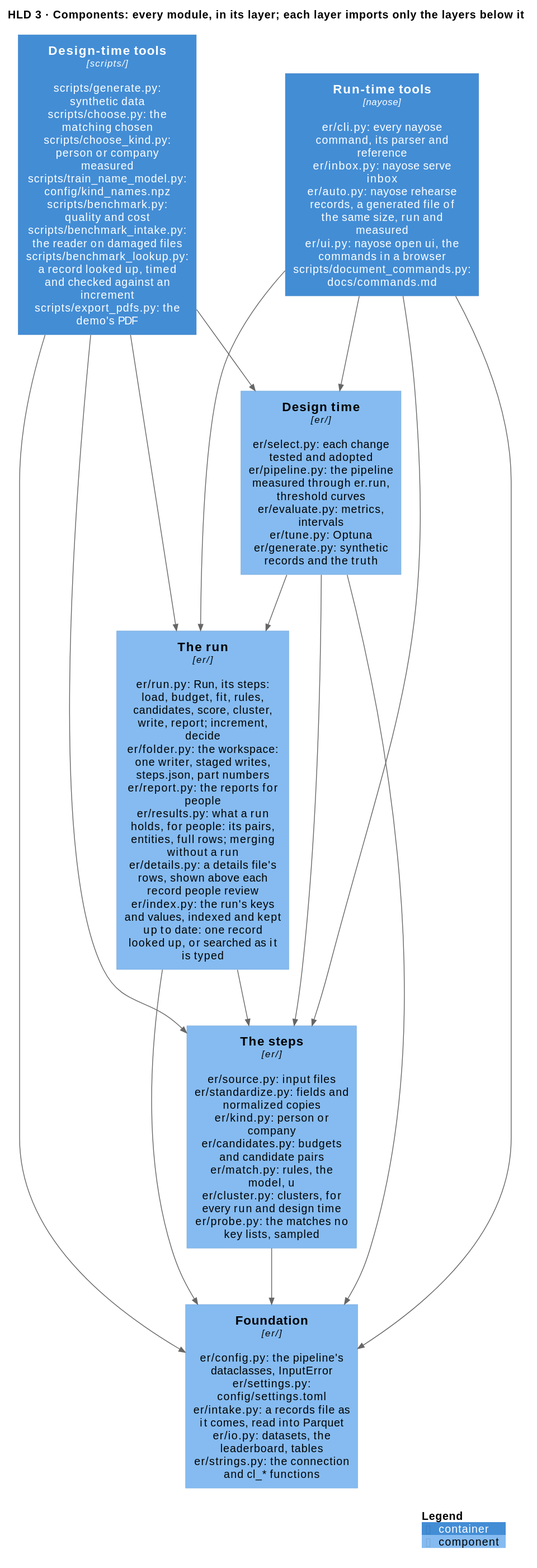
Above: docs/diagrams/components.svg in mvsbm/entity_matching (PlantUML), before the change.
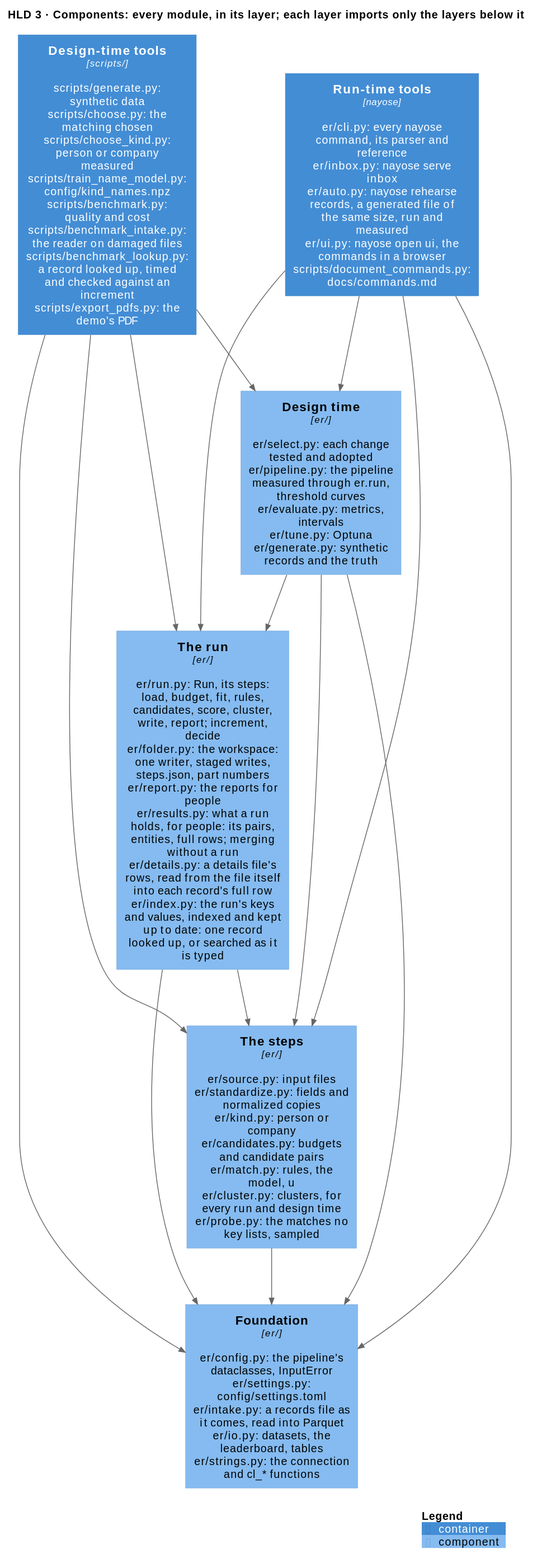
After the commit.

Commit message:
README and architecture: a details file's rows read from the file itself into each record's full row

Diff of the diagram source:
```diff
@@ -7,7 +7,7 @@
 Container(tools_run, "Run-time tools", "nayose", "er/cli.py: every nayose command, its parser and reference\ner/inbox.py: nayose serve inbox\ner/auto.py: nayose rehearse records, a generated file of the same size, run and measured\ner/ui.py: nayose open ui, the commands in a browser\nscripts/document_commands.py: docs/commands.md")
 Container(tools_design, "Design-time tools", "scripts/", "scripts/generate.py: synthetic data\nscripts/choose.py: the matching chosen\nscripts/choose_kind.py: person or company measured\nscripts/train_name_model.py: config/kind_names.npz\nscripts/benchmark.py: quality and cost\nscripts/benchmark_intake.py: the reader on damaged files\nscripts/benchmark_lookup.py: a record looked up, timed and checked against an increment\nscripts/export_pdfs.py: the demo's PDF")
 
-Component(run, "The run", "er/", "er/run.py: Run, its steps: load, budget, fit, rules, candidates, score, cluster, write, report; increment, decide\ner/folder.py: the workspace: one writer, staged writes, steps.json, part numbers\ner/report.py: the reports for people\ner/results.py: what a run holds, for people: its pairs, entities, full rows; merging without a run\ner/details.py: a details file's rows, shown above each record people review\ner/index.py: the run's keys and values, indexed and kept up to date: one record looked up, or searched as it is typed")
+Component(run, "The run", "er/", "er/run.py: Run, its steps: load, budget, fit, rules, candidates, score, cluster, write, report; increment, decide\ner/folder.py: the workspace: one writer, staged writes, steps.json, part numbers\ner/report.py: the reports for people\ner/results.py: what a run holds, for people: its pairs, entities, full rows; merging without a run\ner/details.py: a details file's rows, read from the file itself into each record's full row\ner/index.py: the run's keys and values, indexed and kept up to date: one record looked up, or searched as it is typed")
 Component(design, "Design time", "er/", "er/select.py: each change tested and adopted\ner/pipeline.py: the pipeline measured through er.run, threshold curves\ner/evaluate.py: metrics, intervals\ner/tune.py: Optuna\ner/generate.py: synthetic records and the truth")
 Component(steps, "The steps", "er/", "er/source.py: input files\ner/standardize.py: fields and normalized copies\ner/kind.py: person or company\ner/candidates.py: budgets and candidate pairs\ner/match.py: rules, the model, u\ner/cluster.py: clusters, for every run and design time\ner/probe.py: the matches no key lists, sampled")
 Component(configuration, "Foundation", "er/", "er/config.py: the pipeline's dataclasses, InputError\ner/settings.py: config/settings.toml\ner/intake.py: a records file as it comes, read into Parquet\ner/io.py: datasets, the leaderboard, tables\ner/strings.py: the connection and cl_* functions")
```
